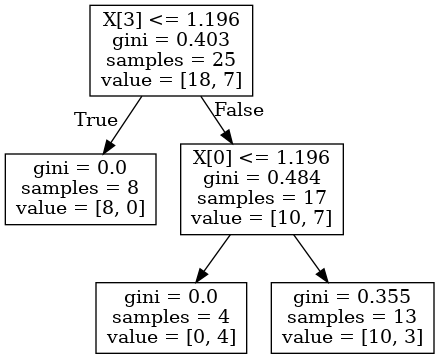
Earlier version of the Graphviz export PythonBackend/tree.png (HazemIbrahim98/Web-Project). Its source is kept beside it as PythonBackend/tree.dot.
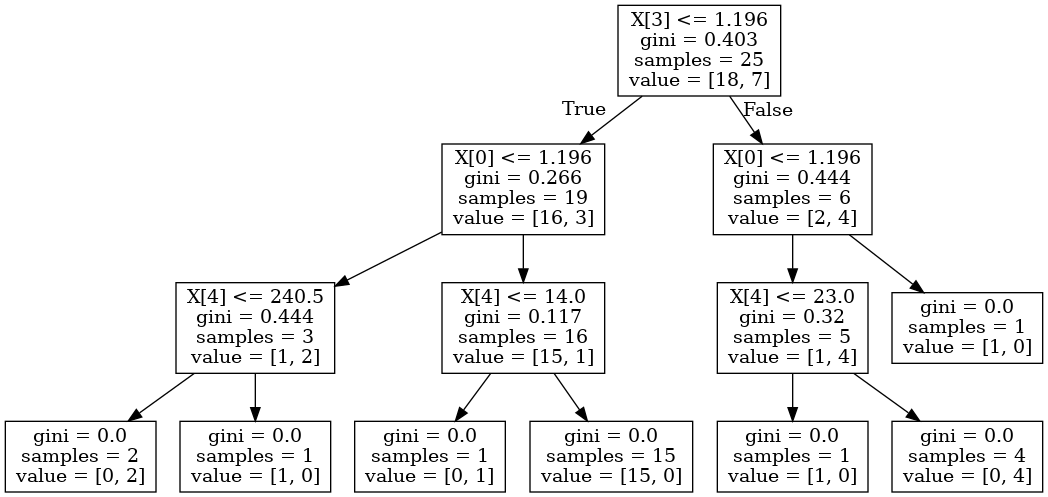
After the change.

The edit, as a diff of the source:
```diff
@@ -1,12 +1,28 @@
 digraph Tree {
 node [shape=box] ;
 0 [label="X[3] <= 1.196\ngini = 0.403\nsamples = 25\nvalue = [18, 7]"] ;
-1 [label="gini = 0.0\nsamples = 8\nvalue = [8, 0]"] ;
+1 [label="X[0] <= 1.196\ngini = 0.266\nsamples = 19\nvalue = [16, 3]"] ;
 0 -> 1 [labeldistance=2.5, labelangle=45, headlabel="True"] ;
-2 [label="X[0] <= 1.196\ngini = 0.484\nsamples = 17\nvalue = [10, 7]"] ;
-0 -> 2 [labeldistance=2.5, labelangle=-45, headlabel="False"] ;
-3 [label="gini = 0.0\nsamples = 4\nvalue = [0, 4]"] ;
+2 [label="X[4] <= 240.5\ngini = 0.444\nsamples = 3\nvalue = [1, 2]"] ;
+1 -> 2 ;
+3 [label="gini = 0.0\nsamples = 2\nvalue = [0, 2]"] ;
 2 -> 3 ;
-4 [label="gini = 0.355\nsamples = 13\nvalue = [10, 3]"] ;
+4 [label="gini = 0.0\nsamples = 1\nvalue = [1, 0]"] ;
 2 -> 4 ;
+5 [label="X[4] <= 14.0\ngini = 0.117\nsamples = 16\nvalue = [15, 1]"] ;
+1 -> 5 ;
+6 [label="gini = 0.0\nsamples = 1\nvalue = [0, 1]"] ;
+5 -> 6 ;
+7 [label="gini = 0.0\nsamples = 15\nvalue = [15, 0]"] ;
+5 -> 7 ;
+8 [label="X[0] <= 1.196\ngini = 0.444\nsamples = 6\nvalue = [2, 4]"] ;
+0 -> 8 [labeldistance=2.5, labelangle=-45, headlabel="False"] ;
+9 [label="X[4] <= 23.0\ngini = 0.32\nsamples = 5\nvalue = [1, 4]"] ;
+8 -> 9 ;
+10 [label="gini = 0.0\nsamples = 1\nvalue = [1, 0]"] ;
+9 -> 10 ;
+11 [label="gini = 0.0\nsamples = 4\nvalue = [0, 4]"] ;
+9 -> 11 ;
+12 [label="gini = 0.0\nsamples = 1\nvalue = [1, 0]"] ;
+8 -> 12 ;
 }
```
